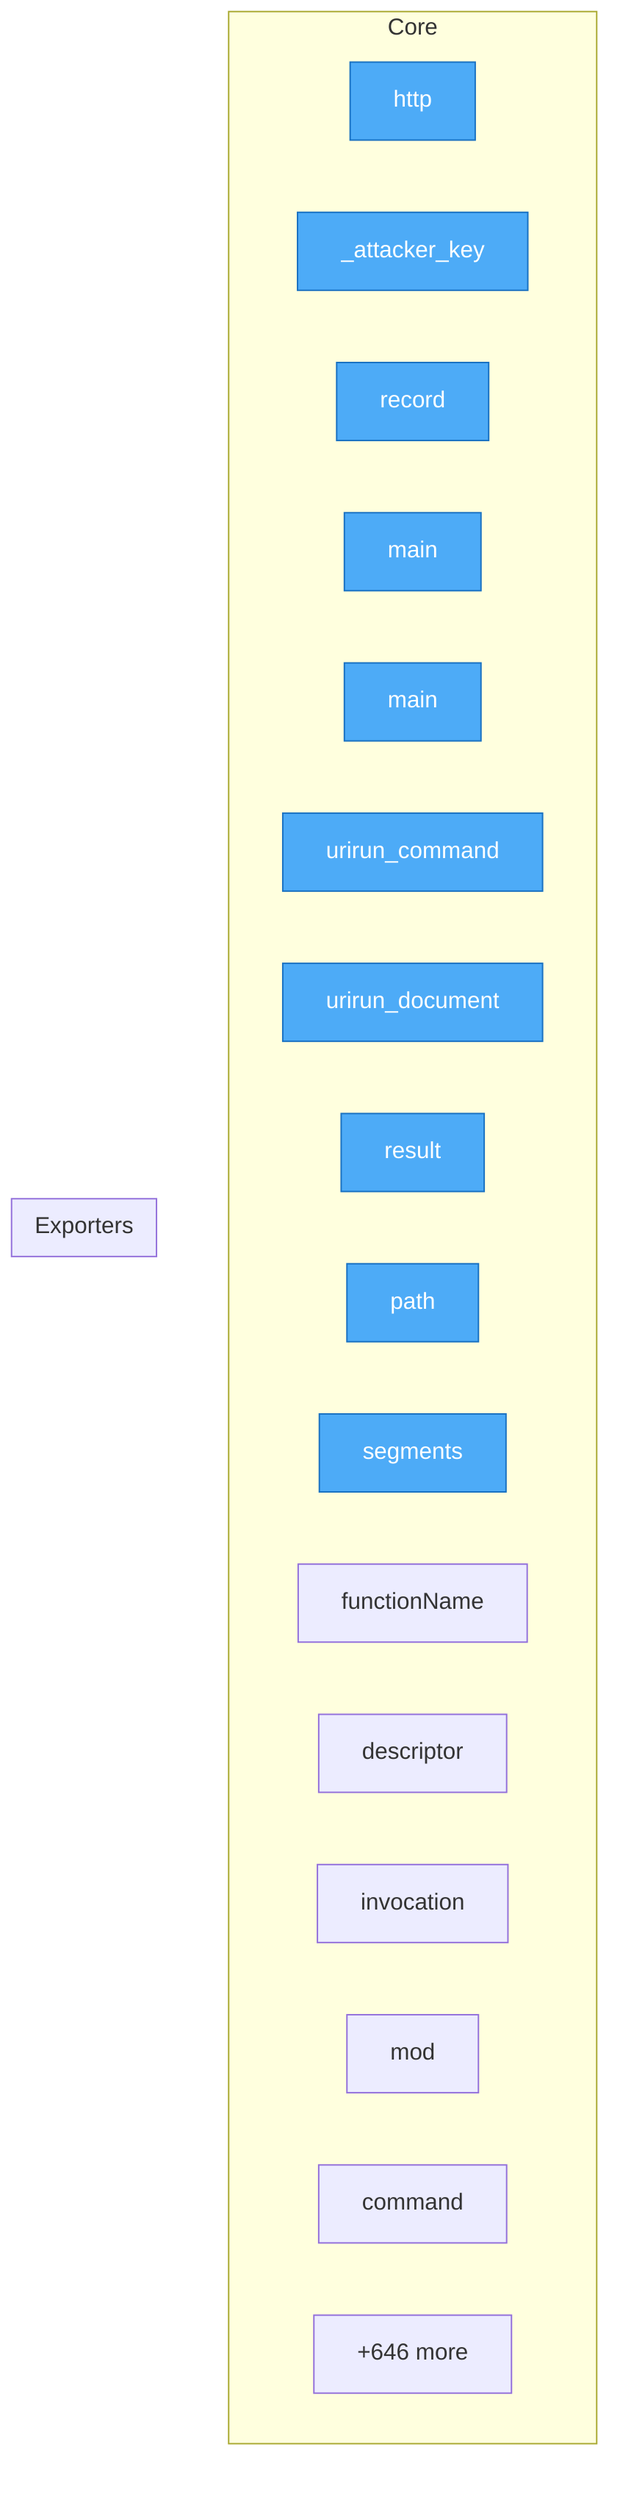
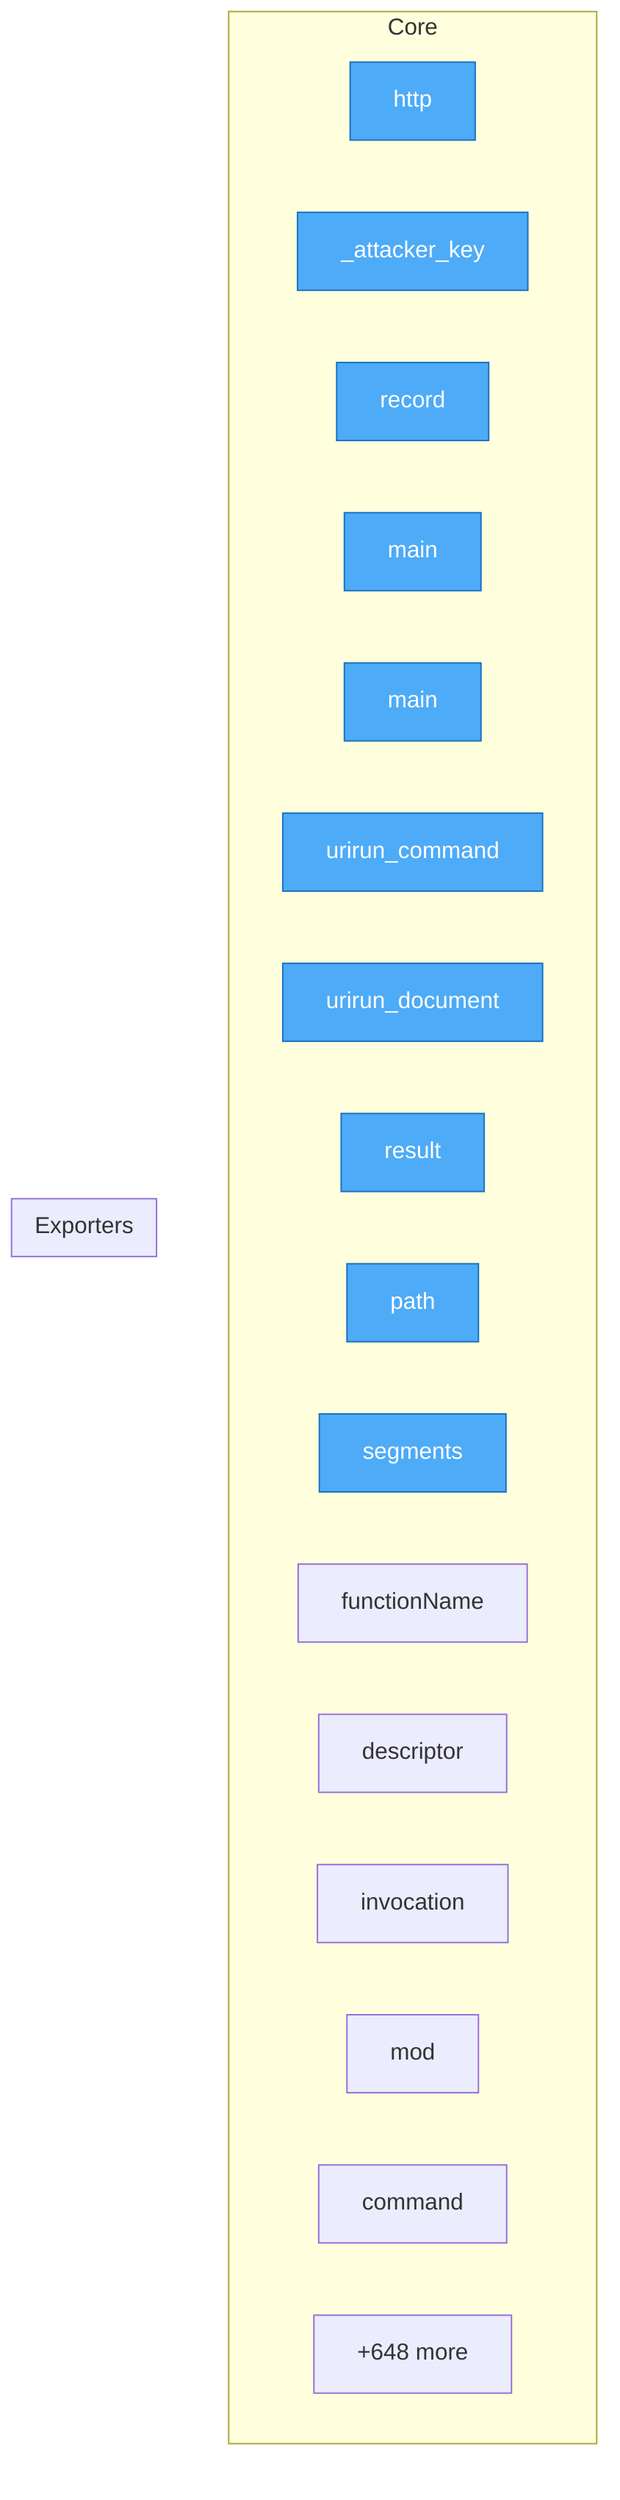
flowchart TD
- %% generated in 0.05s
+ %% generated in 0.04s

    %% Entry points (blue)
    classDef entry fill:#4dabf7,stroke:#1971c2,color:#fff

    subgraph Core
        security__mesh_probe__probe__http["http"]
        security__mesh_probe__probe___attacker_key["_attacker_key"]
        security__mesh_probe__probe__record["record"]
        adapters__conformance__main["main"]
        adapters__new_connector__main["main"]
        adapters__bash__urirun__urirun_command["urirun_command"]
        adapters__bash__urirun__urirun_document["urirun_document"]
        adapters__js__index__test__result["result"]
        adapters__js__path["path"]
        adapters__js__segments["segments"]
        adapters__js__functionName["functionName"]
        adapters__js__descriptor["descriptor"]
        adapters__js__invocation["invocation"]
        adapters__js__mod["mod"]
        adapters__java__Urirun__Urirun__command["command"]
-         ...["+646 more"]
+         ...["+648 more"]
    end

    subgraph Exporters
    end

    class security__mesh_probe__probe__http,security__mesh_probe__probe___attacker_key,security__mesh_probe__probe__record,adapters__conformance__main,adapters__new_connector__main,adapters__bash__urirun__urirun_command,adapters__bash__urirun__urirun_document,adapters__js__index__test__result,adapters__js__path,adapters__js__segments entry
